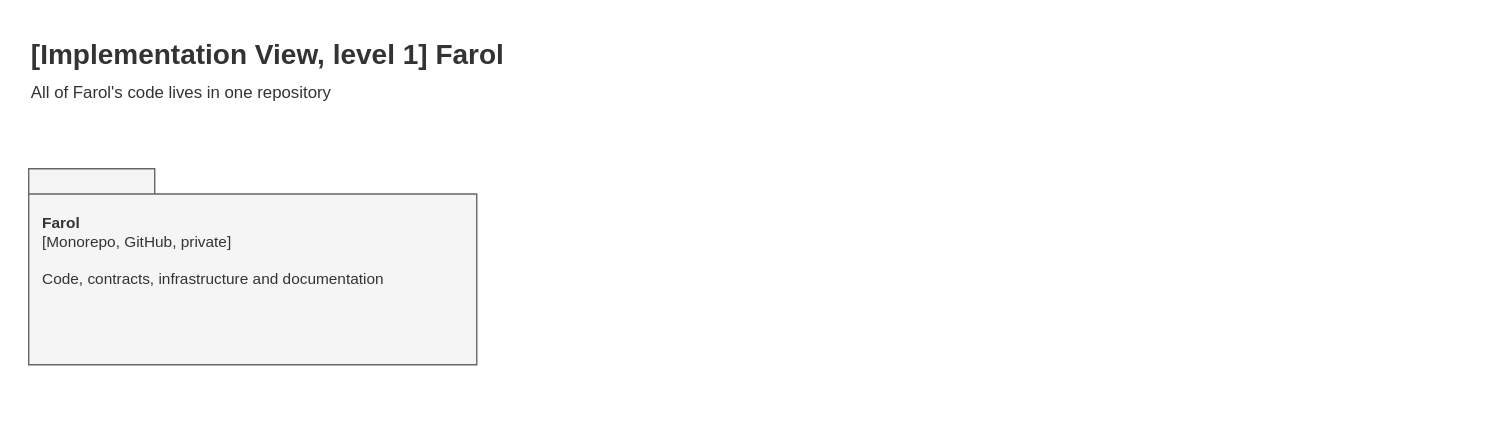
Above: Docs/Technical/diagrams/implementation-view-level-1.drawio.svg in tomasoliveira21/LABDSOF (draw.io), before the change. Source tidied: cells renumbered, new cells last; positions are measured from the earlier drawing's top-left corner, leaving out a move shared by most shapes.
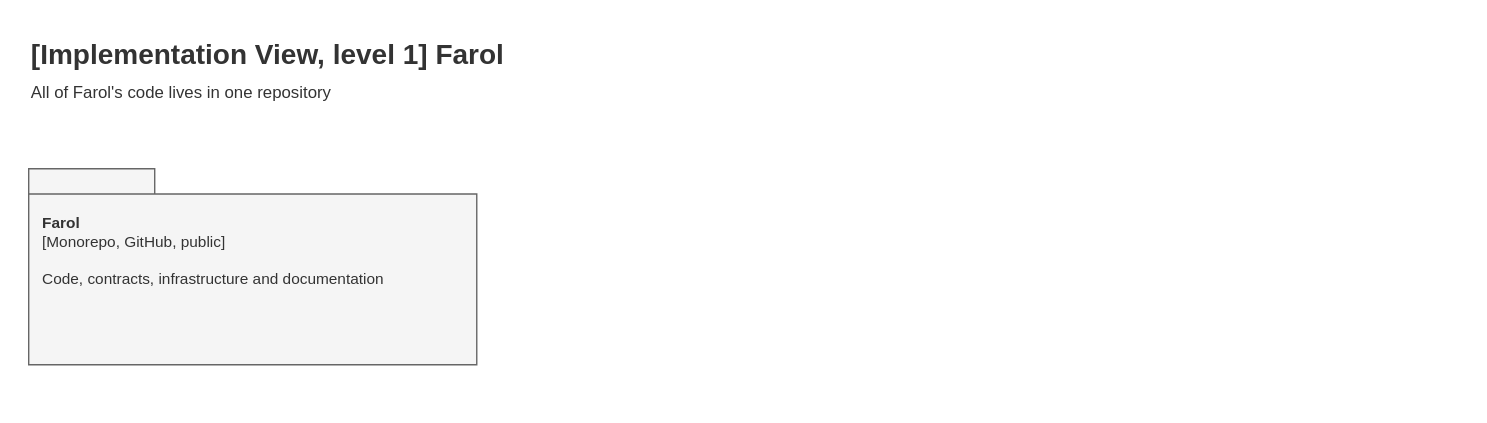
Later version of the same file.

Diff of the diagram source:
```diff
@@ -5,7 +5,7 @@
     <mxCell id="2" value="&lt;b&gt;[Implementation View, level 1] Farol&lt;/b&gt;&lt;br&gt;&lt;font style=&quot;font-size:12px&quot;&gt;All of Farol's code lives in one repository&lt;/font&gt;" style="text;html=1;align=left;verticalAlign=top;fontSize=20;fontColor=#333333;" parent="1" vertex="1">
       <mxGeometry width="1000" height="60" as="geometry" />
     </mxCell>
-    <mxCell id="3" value="&lt;b&gt;Farol&lt;/b&gt;&lt;br&gt;[Monorepo, GitHub, private]&lt;br&gt;&lt;br&gt;Code, contracts, infrastructure and documentation" style="shape=folder;tabWidth=90;tabHeight=18;tabPosition=left;whiteSpace=wrap;html=1;fillColor=#f5f5f5;strokeColor=#666666;fontColor=#333333;verticalAlign=top;align=left;spacing=10;spacingTop=18;fontSize=11;" parent="1" vertex="1">
+    <mxCell id="3" value="&lt;b&gt;Farol&lt;/b&gt;&lt;br&gt;[Monorepo, GitHub, public]&lt;br&gt;&lt;br&gt;Code, contracts, infrastructure and documentation" style="shape=folder;tabWidth=90;tabHeight=18;tabPosition=left;whiteSpace=wrap;html=1;fillColor=#f5f5f5;strokeColor=#666666;fontColor=#333333;verticalAlign=top;align=left;spacing=10;spacingTop=18;fontSize=11;" parent="1" vertex="1">
       <mxGeometry y="100" width="320" height="140" as="geometry" />
     </mxCell>
   </root>
```
